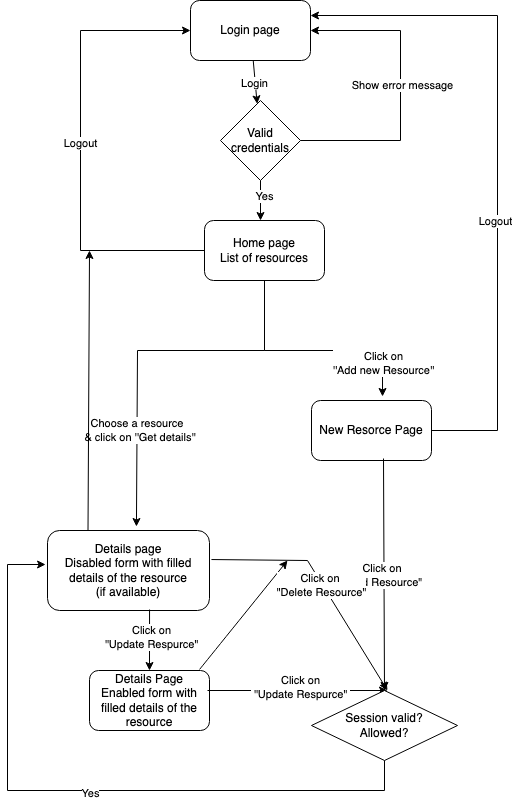
Before: docs/consumer_app_journey.png, a diagram exported from draw.io (rudrakshi/resource-access-project). Source tidied: cells renumbered, new cells last; positions are measured from the earlier drawing's top-left corner, leaving out a move shared by most shapes.
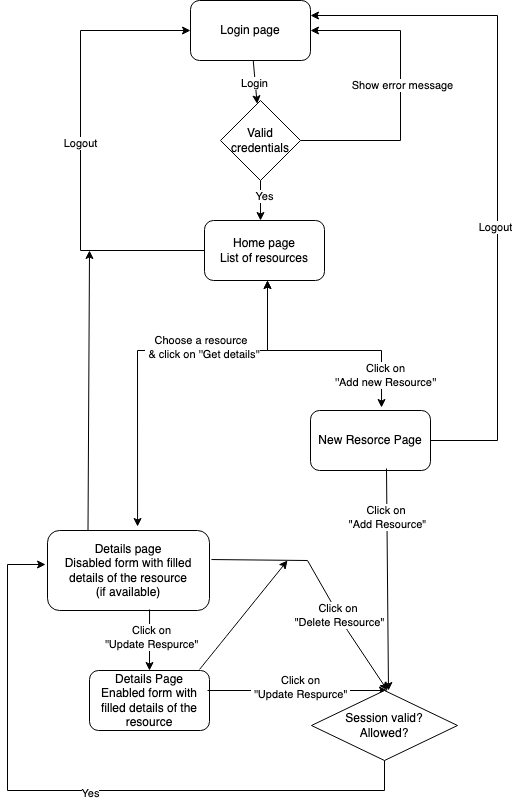
The same diagram one commit later.

Diff of the diagram source:
```diff
@@ -32,7 +32,7 @@
       <mxGeometry x="40" y="530" width="162" height="80" as="geometry" />
     </mxCell>
     <mxCell id="10" value="New Resorce Page" style="rounded=1;whiteSpace=wrap;html=1;" parent="1" vertex="1">
-      <mxGeometry x="304" y="400" width="120" height="60" as="geometry" />
+      <mxGeometry x="303" y="410" width="120" height="60" as="geometry" />
     </mxCell>
     <mxCell id="11" style="endArrow=classic;html=1;rounded=0;exitX=0.5;exitY=1;exitDx=0;exitDy=0;" parent="1" edge="1" source="3">
       <mxGeometry relative="1" as="geometry">
@@ -53,28 +53,6 @@
     <mxCell id="14" value="Logout" style="edgeLabel;html=1;align=center;verticalAlign=middle;" parent="13" vertex="1">
       <mxGeometry x="0.02" y="1" relative="1" as="geometry" />
     </mxCell>
-    <mxCell id="15" style="endArrow=classic;html=1;rounded=0;exitX=0.5;exitY=1;exitDx=0;exitDy=0;entryX=0.549;entryY=-0.05;entryDx=0;entryDy=0;entryPerimeter=0;" parent="1" edge="1" source="8" target="9">
-      <mxGeometry relative="1" as="geometry">
-        <Array as="points">
-          <mxPoint x="257" y="350" />
-          <mxPoint x="130" y="350" />
-        </Array>
-      </mxGeometry>
-    </mxCell>
-    <mxCell id="16" value="Choose a resource&amp;nbsp;&lt;br&gt;&amp;nbsp;&amp;amp; click on ''Get details''" style="edgeLabel;html=1;align=center;verticalAlign=middle;" parent="15" vertex="1">
-      <mxGeometry x="0.48" y="1" relative="1" as="geometry" />
-    </mxCell>
-    <mxCell id="17" style="endArrow=classic;html=1;rounded=0;exitX=0.5;exitY=1;exitDx=0;exitDy=0;entryX=0.592;entryY=-0.067;entryDx=0;entryDy=0;entryPerimeter=0;" parent="1" edge="1" source="8" target="10">
-      <mxGeometry relative="1" as="geometry">
-        <Array as="points">
-          <mxPoint x="257" y="350" />
-          <mxPoint x="375" y="350" />
-        </Array>
-      </mxGeometry>
-    </mxCell>
-    <mxCell id="18" value="Click on&lt;br style=&quot;border-color: var(--border-color);&quot;&gt;''Add new Resource''" style="edgeLabel;html=1;align=center;verticalAlign=middle;" parent="17" vertex="1">
-      <mxGeometry x="0.72" relative="1" as="geometry" />
-    </mxCell>
     <mxCell id="19" value="Details Page&lt;br&gt;Enabled form with filled details of the resource" style="rounded=1;whiteSpace=wrap;html=1;" parent="1" vertex="1">
       <mxGeometry x="82" y="670" width="120" height="60" as="geometry" />
     </mxCell>
@@ -84,11 +62,14 @@
     <mxCell id="21" value="Click on&lt;br&gt;&amp;nbsp;''Update Respurce&quot;&amp;nbsp;" style="edgeLabel;html=1;align=center;verticalAlign=middle;" parent="20" vertex="1">
       <mxGeometry x="-0.1" y="1" relative="1" as="geometry" />
     </mxCell>
-    <mxCell id="22" style="endArrow=classic;html=1;rounded=0;exitX=0.6;exitY=0.967;exitDx=0;exitDy=0;entryX=0.5;entryY=0;entryDx=0;entryDy=0;exitPerimeter=0;" parent="1" edge="1" source="10" target="30">
-      <mxGeometry relative="1" as="geometry" />
+    <mxCell id="22" style="endArrow=classic;html=1;rounded=0;exitX=0.6;exitY=0.967;exitDx=0;exitDy=0;entryX=0.5;entryY=0;entryDx=0;entryDy=0;exitPerimeter=0;" parent="1" edge="1">
+      <mxGeometry relative="1" as="geometry">
+        <mxPoint x="379" y="468" as="sourcePoint" />
+        <mxPoint x="381" y="690" as="targetPoint" />
+      </mxGeometry>
     </mxCell>
-    <mxCell id="23" value="Click on&amp;nbsp;&lt;br&gt;&quot;Add Resource&quot;" style="edgeLabel;html=1;align=center;verticalAlign=middle;" parent="22" vertex="1">
-      <mxGeometry y="-1" relative="1" as="geometry" />
+    <mxCell id="23" value="Click on&amp;nbsp;&lt;br style=&quot;border-color: var(--border-color);&quot;&gt;&quot;Add Resource&quot;" style="edgeLabel;html=1;align=center;verticalAlign=middle;" parent="22" vertex="1">
+      <mxGeometry x="-0.57" relative="1" as="geometry" />
     </mxCell>
     <mxCell id="24" style="endArrow=classic;html=1;rounded=0;" parent="1" edge="1">
       <mxGeometry relative="1" as="geometry">
@@ -112,7 +93,7 @@
     <mxCell id="28" style="endArrow=classic;html=1;rounded=0;exitX=1;exitY=0.5;exitDx=0;exitDy=0;entryX=1;entryY=0.25;entryDx=0;entryDy=0;" parent="1" edge="1" source="10" target="2">
       <mxGeometry relative="1" as="geometry">
         <Array as="points">
-          <mxPoint x="490" y="430" />
+          <mxPoint x="490" y="440" />
           <mxPoint x="490" y="15" />
         </Array>
       </mxGeometry>
@@ -140,11 +121,37 @@
         <mxPoint x="380" y="690" as="targetPoint" />
         <Array as="points">
           <mxPoint x="300" y="560" />
+          <mxPoint x="340" y="630" />
         </Array>
       </mxGeometry>
     </mxCell>
-    <mxCell id="34" value="Click on&amp;nbsp;&lt;br&gt;&quot;Delete Resource&quot;" style="edgeLabel;html=1;align=center;verticalAlign=middle;" parent="33" vertex="1">
-      <mxGeometry y="-1" relative="1" as="geometry" />
+    <mxCell id="34" value="Click on&amp;nbsp;&lt;br style=&quot;border-color: var(--border-color);&quot;&gt;&quot;Delete Resource&quot;" style="edgeLabel;html=1;align=center;verticalAlign=middle;" parent="33" vertex="1">
+      <mxGeometry x="0.28" relative="1" as="geometry" />
     </mxCell>
+    <mxCell id="35" style="endArrow=classic;startArrow=classic;html=1;rounded=0;exitX=0.592;exitY=-0.05;exitDx=0;exitDy=0;exitPerimeter=0;" parent="1" edge="1">
+      <mxGeometry relative="1" as="geometry">
+        <mxPoint x="374" y="407" as="sourcePoint" />
+        <mxPoint x="260" y="280" as="targetPoint" />
+        <Array as="points">
+          <mxPoint x="374" y="350" />
+          <mxPoint x="260" y="350" />
+        </Array>
+      </mxGeometry>
+    </mxCell>
+    <mxCell id="18" value="Click on&lt;br style=&quot;border-color: var(--border-color);&quot;&gt;''Add new Resource''" style="edgeLabel;html=1;align=center;verticalAlign=middle;" parent="35" vertex="1">
+      <mxGeometry x="-0.74" y="-3" relative="1" as="geometry" />
+    </mxCell>
+    <mxCell id="36" style="endArrow=classic;startArrow=classic;html=1;rounded=0;exitX=0.556;exitY=-0.05;exitDx=0;exitDy=0;exitPerimeter=0;" parent="1" edge="1" source="9">
+      <mxGeometry relative="1" as="geometry">
+        <mxPoint x="260" y="280" as="targetPoint" />
+        <Array as="points">
+          <mxPoint x="130" y="350" />
+          <mxPoint x="260" y="350" />
+        </Array>
+      </mxGeometry>
+    </mxCell>
+    <mxCell id="16" value="Choose a resource&amp;nbsp;&lt;br style=&quot;border-color: var(--border-color);&quot;&gt;&amp;nbsp;&amp;amp; click on ''Get details''" style="edgeLabel;html=1;align=center;verticalAlign=middle;" parent="36" vertex="1">
+      <mxGeometry x="0.28" y="4" relative="1" as="geometry" />
+    </mxCell>
   </root>
 </mxGraphModel>
```
